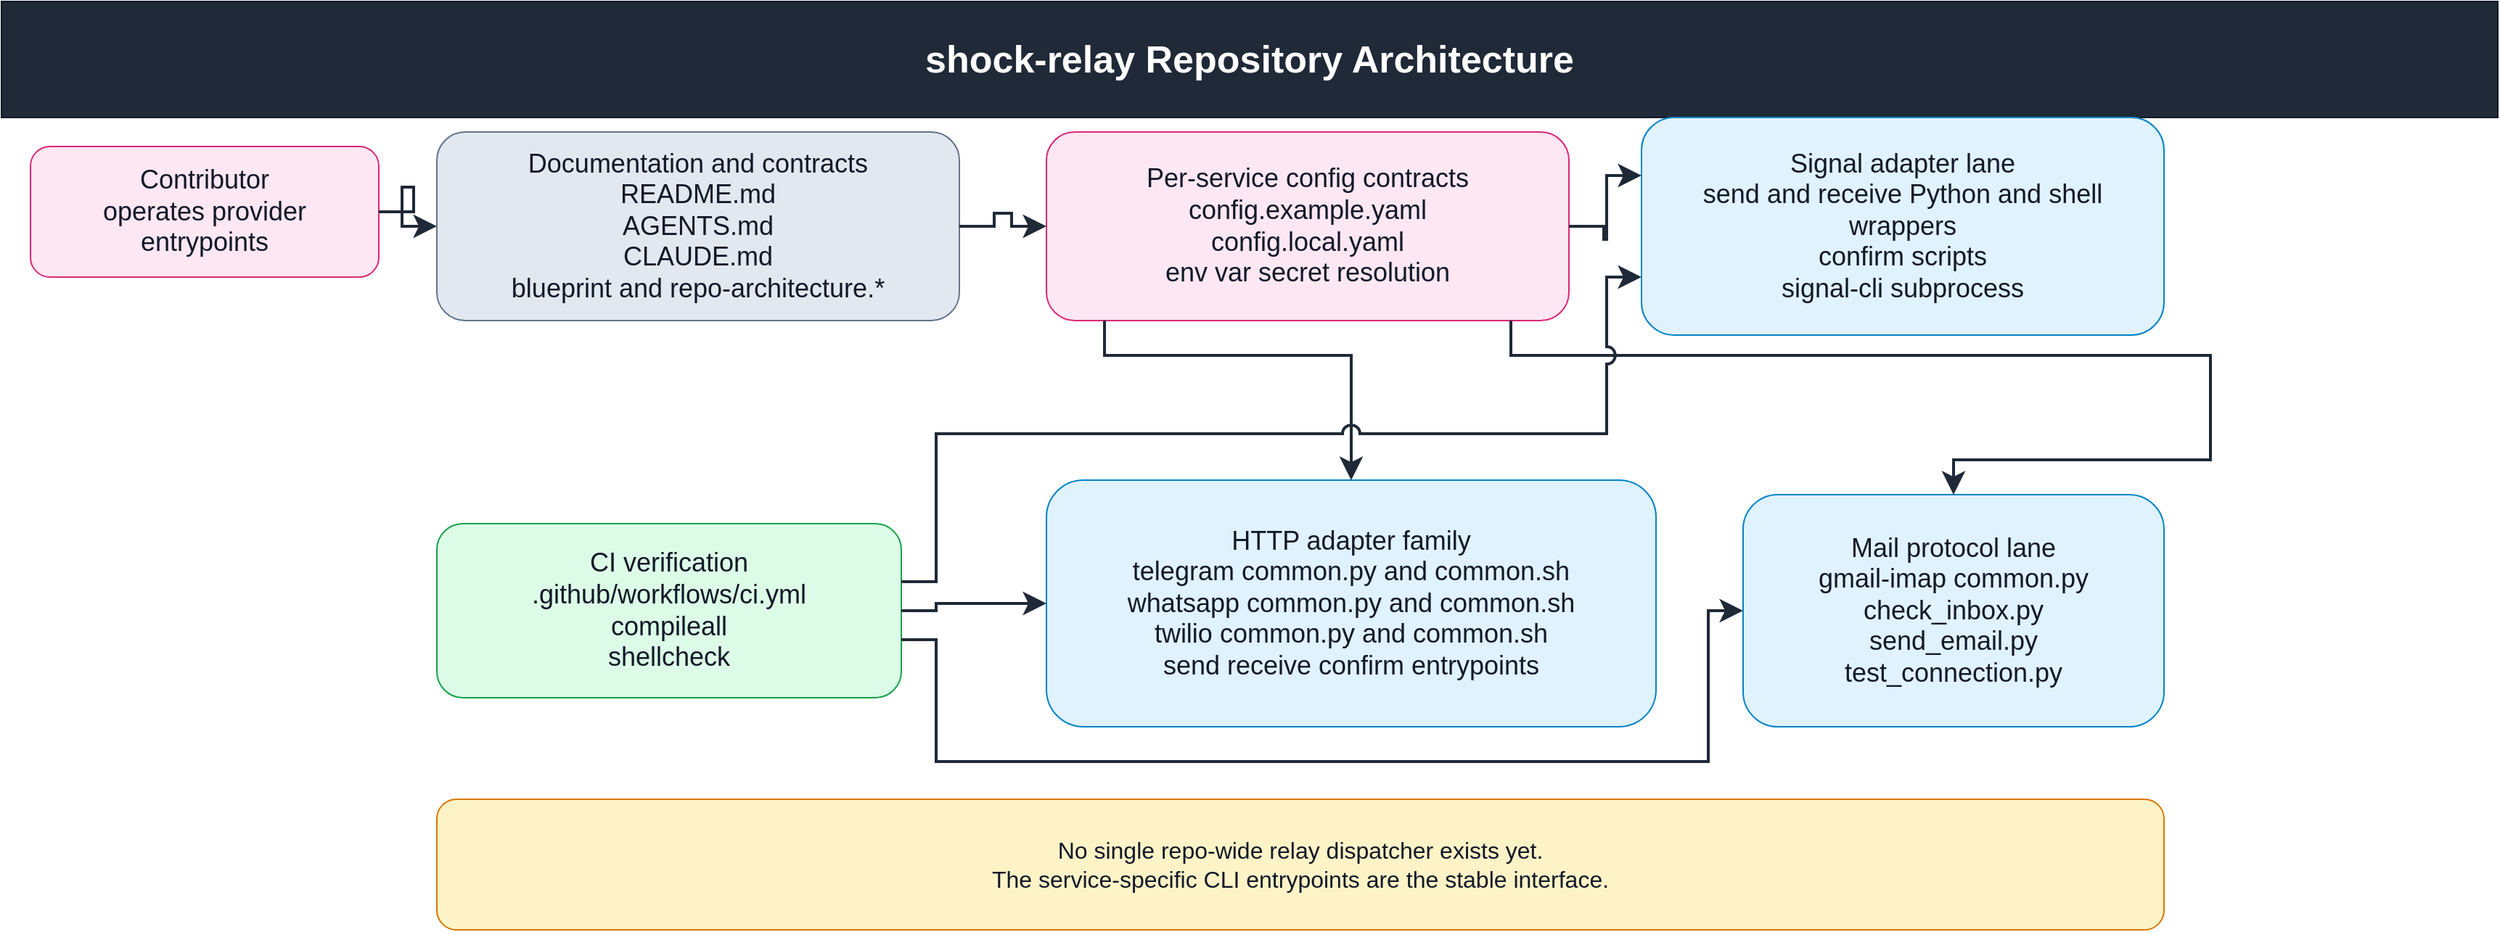
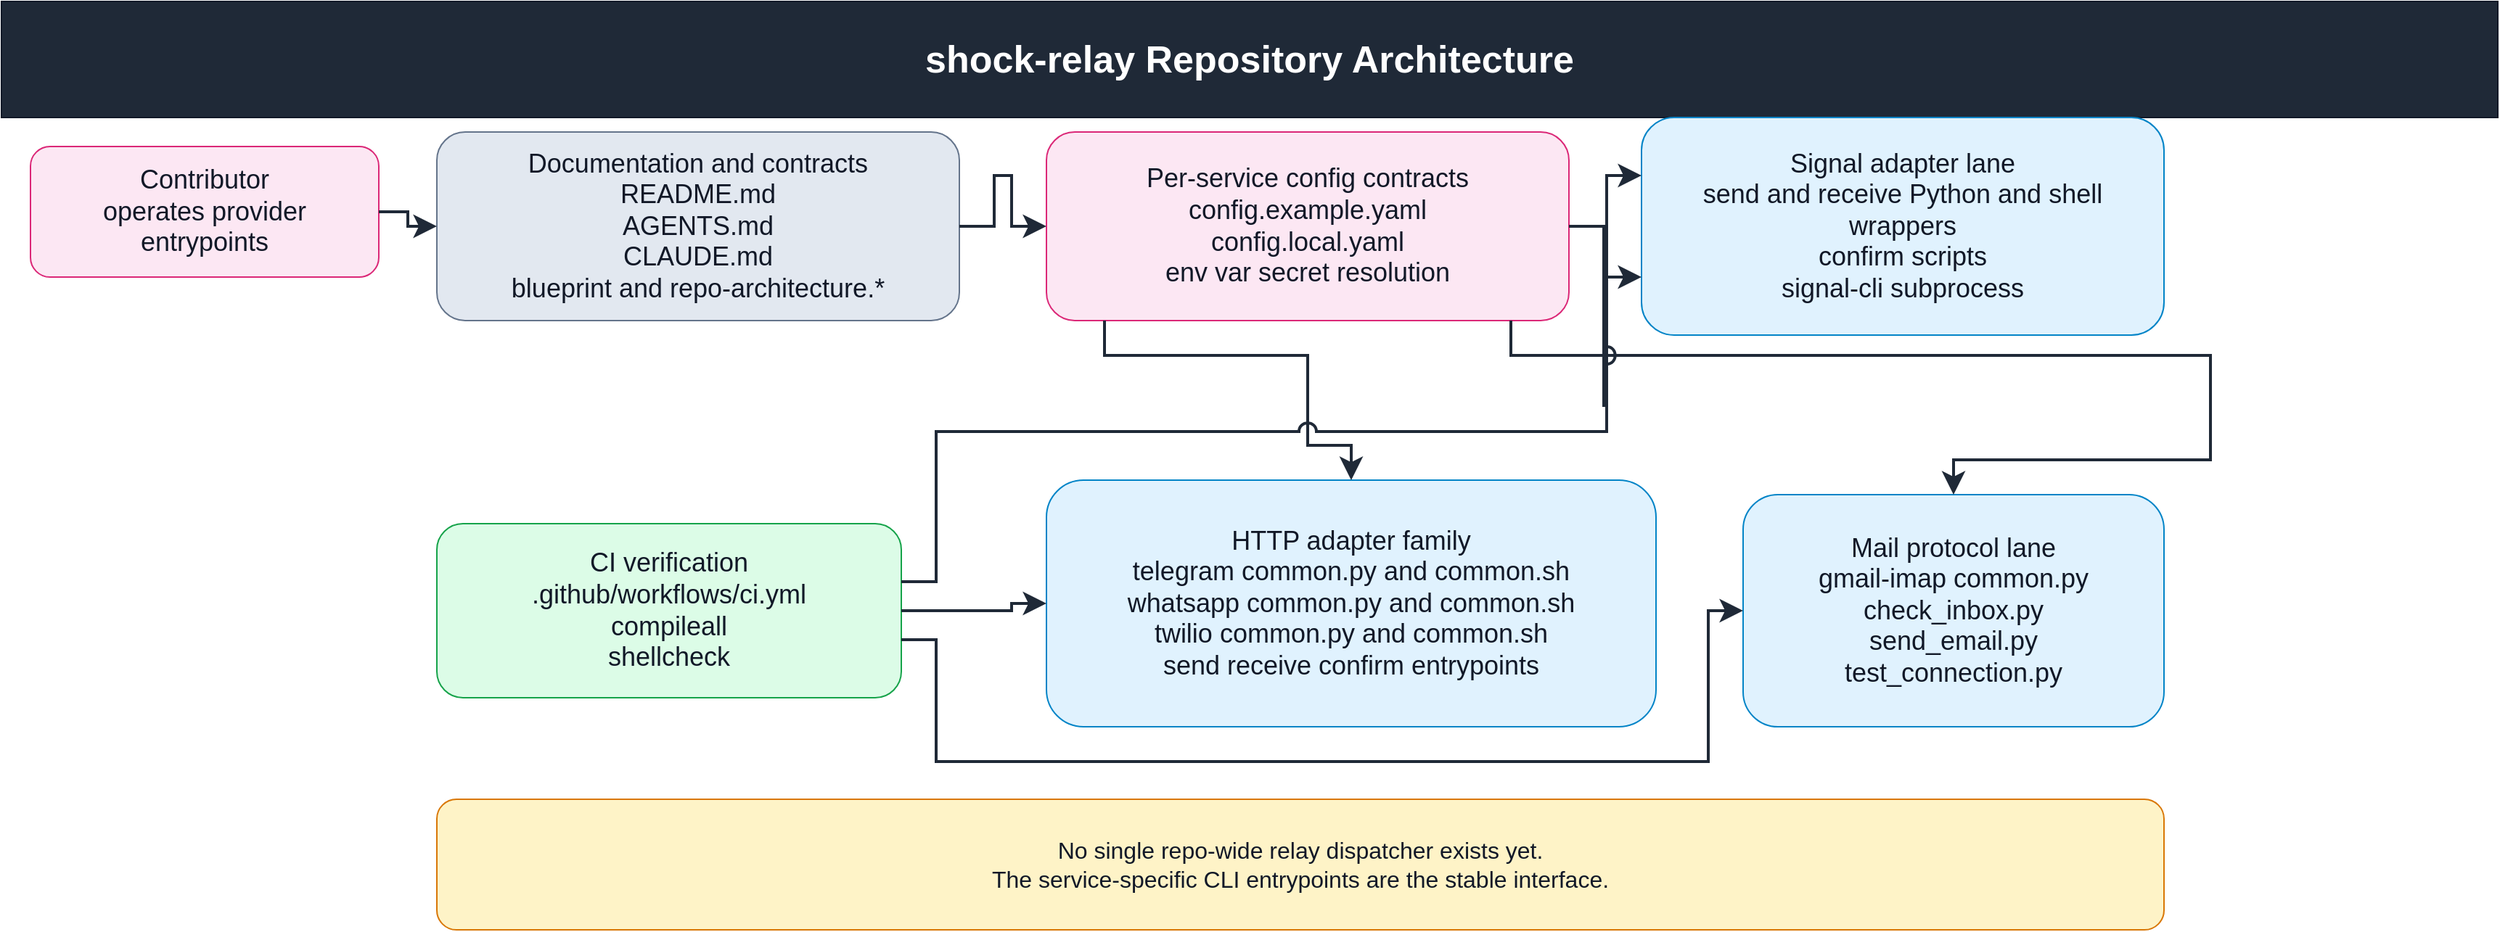
<?xml version='1.0' encoding='utf-8'?>
<mxfile host="app.diagrams.net" modified="2026-03-27T09:20:25-04:00" agent="Codex GPT-5" version="24.7.17" type="device" compressed="false">
  <diagram id="repo-architecture" name="Repo Architecture">
    <mxGraphModel dx="1800" dy="1200" grid="1" gridSize="10" guides="1" tooltips="1" connect="1" arrows="1" fold="1" page="1" pageScale="1" pageWidth="1800" pageHeight="1200" math="0" shadow="0" keepEdgesInForeground="1" keepEdgesInBackground="0">
      <root>
        <mxCell id="0" />
        <mxCell id="1" parent="0" />
        <mxCell id="2" value="shock-relay Repository Architecture" style="rounded=0;whiteSpace=wrap;html=0;fillColor=#1F2937;strokeColor=#111827;fontColor=#FFFFFF;fontSize=26;fontStyle=1;align=center;verticalAlign=middle;spacing=10;" vertex="1" parent="1">
          <mxGeometry x="40" y="20" width="1720" height="80" as="geometry" />
        </mxCell>
        <mxCell id="10" value="Contributor&#10;operates provider entrypoints" style="rounded=1;whiteSpace=wrap;html=0;fillColor=#FCE7F3;strokeColor=#DB2777;fontColor=#111827;fontSize=18;align=center;verticalAlign=middle;spacing=8;" vertex="1" parent="1">
          <mxGeometry x="60" y="120" width="240" height="90" as="geometry" />
        </mxCell>
        <mxCell id="20" value="Documentation and contracts&#10;README.md&#10;AGENTS.md&#10;CLAUDE.md&#10;blueprint and repo-architecture.*" style="rounded=1;whiteSpace=wrap;html=0;fillColor=#E2E8F0;strokeColor=#64748B;fontColor=#111827;fontSize=18;align=center;verticalAlign=middle;spacing=8;" vertex="1" parent="1">
          <mxGeometry x="340" y="110" width="360" height="130" as="geometry" />
        </mxCell>
        <mxCell id="30" value="Per-service config contracts&#10;config.example.yaml&#10;config.local.yaml&#10;env var secret resolution" style="rounded=1;whiteSpace=wrap;html=0;fillColor=#FCE7F3;strokeColor=#DB2777;fontColor=#111827;fontSize=18;align=center;verticalAlign=middle;spacing=8;" vertex="1" parent="1">
          <mxGeometry x="760" y="110" width="360" height="130" as="geometry" />
        </mxCell>
        <mxCell id="40" value="Signal adapter lane&#10;send and receive Python and shell wrappers&#10;confirm scripts&#10;signal-cli subprocess" style="rounded=1;whiteSpace=wrap;html=0;fillColor=#E0F2FE;strokeColor=#0284C7;fontColor=#111827;fontSize=18;align=center;verticalAlign=middle;spacing=8;" vertex="1" parent="1">
          <mxGeometry x="1170" y="100" width="360" height="150" as="geometry" />
        </mxCell>
        <mxCell id="50" value="HTTP adapter family&#10;telegram common.py and common.sh&#10;whatsapp common.py and common.sh&#10;twilio common.py and common.sh&#10;send receive confirm entrypoints" style="rounded=1;whiteSpace=wrap;html=0;fillColor=#E0F2FE;strokeColor=#0284C7;fontColor=#111827;fontSize=18;align=center;verticalAlign=middle;spacing=8;" vertex="1" parent="1">
          <mxGeometry x="760" y="350" width="420" height="170" as="geometry" />
        </mxCell>
        <mxCell id="60" value="Mail protocol lane&#10;gmail-imap common.py&#10;check_inbox.py&#10;send_email.py&#10;test_connection.py" style="rounded=1;whiteSpace=wrap;html=0;fillColor=#E0F2FE;strokeColor=#0284C7;fontColor=#111827;fontSize=18;align=center;verticalAlign=middle;spacing=8;" vertex="1" parent="1">
          <mxGeometry x="1240" y="360" width="290" height="160" as="geometry" />
        </mxCell>
        <mxCell id="70" value="CI verification&#10;.github/workflows/ci.yml&#10;compileall&#10;shellcheck" style="rounded=1;whiteSpace=wrap;html=0;fillColor=#DCFCE7;strokeColor=#16A34A;fontColor=#111827;fontSize=18;align=center;verticalAlign=middle;spacing=8;" vertex="1" parent="1">
          <mxGeometry x="340" y="380" width="320" height="120" as="geometry" />
        </mxCell>
        <mxCell id="80" value="No single repo-wide relay dispatcher exists yet.&#10;The service-specific CLI entrypoints are the stable interface." style="rounded=1;whiteSpace=wrap;html=0;fillColor=#FEF3C7;strokeColor=#D97706;fontColor=#111827;fontSize=16;align=center;verticalAlign=middle;spacing=8;" vertex="1" parent="1">
          <mxGeometry x="340" y="570" width="1190" height="90" as="geometry" />
        </mxCell>
        <mxCell id="500" style="rounded=0;html=0;strokeColor=#1F2937;edgeStyle=orthogonalEdgeStyle;orthogonalLoop=1;jettySize=12;endArrow=classic;endFill=1;endSize=10;strokeWidth=2;jumpStyle=arc;jumpSize=10;" edge="1" parent="1" source="10" target="20">
          <mxGeometry relative="1" as="geometry" archilityManagedRoute="1">
-             <Array as="points">
-               <mxPoint x="324" y="165" />
-               <mxPoint x="324" y="148" />
-               <mxPoint x="316" y="148" />
-               <mxPoint x="316" y="175" />
-             </Array>
+             <Array as="points" />
          </mxGeometry>
        </mxCell>
        <mxCell id="501" style="rounded=0;html=0;strokeColor=#1F2937;edgeStyle=orthogonalEdgeStyle;orthogonalLoop=1;jettySize=12;endArrow=classic;endFill=1;endSize=10;strokeWidth=2;jumpStyle=arc;jumpSize=10;" edge="1" parent="1" source="20" target="30">
          <mxGeometry relative="1" as="geometry" archilityManagedRoute="1">
            <Array as="points">
              <mxPoint x="724" y="175" />
-               <mxPoint x="724" y="166" />
-               <mxPoint x="736" y="166" />
+               <mxPoint x="724" y="140" />
+               <mxPoint x="736" y="140" />
              <mxPoint x="736" y="175" />
            </Array>
          </mxGeometry>
        </mxCell>
        <mxCell id="502" style="rounded=0;html=0;strokeColor=#1F2937;edgeStyle=orthogonalEdgeStyle;orthogonalLoop=1;jettySize=12;endArrow=classic;endFill=1;endSize=10;strokeWidth=2;jumpStyle=arc;jumpSize=10;" edge="1" parent="1" source="30" target="40">
          <mxGeometry relative="1" as="geometry" archilityManagedRoute="1">
            <Array as="points">
              <mxPoint x="1144" y="175" />
-               <mxPoint x="1144" y="184" />
-               <mxPoint x="1146" y="184" />
+               <mxPoint x="1144" y="298.5" />
+               <mxPoint x="1146" y="298.5" />
              <mxPoint x="1146" y="140" />
            </Array>
          </mxGeometry>
        </mxCell>
        <mxCell id="503" style="rounded=0;html=0;strokeColor=#1F2937;edgeStyle=orthogonalEdgeStyle;orthogonalLoop=1;jettySize=12;endArrow=classic;endFill=1;endSize=10;strokeWidth=2;jumpStyle=arc;jumpSize=10;" edge="1" parent="1" source="30" target="50">
          <mxGeometry relative="1" as="geometry" archilityManagedRoute="1">
            <Array as="points">
              <mxPoint x="800" y="264" />
-               <mxPoint x="970" y="264" />
+               <mxPoint x="940" y="264" />
+               <mxPoint x="940" y="326" />
              <mxPoint x="970" y="326" />
            </Array>
          </mxGeometry>
        </mxCell>
        <mxCell id="504" style="rounded=0;html=0;strokeColor=#1F2937;edgeStyle=orthogonalEdgeStyle;orthogonalLoop=1;jettySize=12;endArrow=classic;endFill=1;endSize=10;strokeWidth=2;jumpStyle=arc;jumpSize=10;" edge="1" parent="1" source="30" target="60">
          <mxGeometry relative="1" as="geometry" archilityManagedRoute="1">
            <Array as="points">
              <mxPoint x="1080" y="264" />
              <mxPoint x="1562" y="264" />
              <mxPoint x="1562" y="336" />
              <mxPoint x="1385" y="336" />
            </Array>
          </mxGeometry>
        </mxCell>
        <mxCell id="505" style="rounded=0;html=0;strokeColor=#1F2937;edgeStyle=orthogonalEdgeStyle;orthogonalLoop=1;jettySize=12;endArrow=classic;endFill=1;endSize=10;strokeWidth=2;jumpStyle=arc;jumpSize=10;" edge="1" parent="1" source="70" target="40">
          <mxGeometry relative="1" as="geometry" archilityManagedRoute="1">
            <Array as="points">
              <mxPoint x="684" y="420" />
-               <mxPoint x="684" y="318" />
-               <mxPoint x="1146" y="318" />
+               <mxPoint x="684" y="316.5" />
+               <mxPoint x="1146" y="316.5" />
              <mxPoint x="1146" y="210" />
            </Array>
          </mxGeometry>
        </mxCell>
        <mxCell id="506" style="rounded=0;html=0;strokeColor=#1F2937;edgeStyle=orthogonalEdgeStyle;orthogonalLoop=1;jettySize=12;endArrow=classic;endFill=1;endSize=10;strokeWidth=2;jumpStyle=arc;jumpSize=10;" edge="1" parent="1" source="70" target="50">
          <mxGeometry relative="1" as="geometry" archilityManagedRoute="1">
            <Array as="points">
              <mxPoint x="684" y="440" />
-               <mxPoint x="684" y="435" />
+               <mxPoint x="736" y="440" />
              <mxPoint x="736" y="435" />
            </Array>
          </mxGeometry>
        </mxCell>
        <mxCell id="507" style="rounded=0;html=0;strokeColor=#1F2937;edgeStyle=orthogonalEdgeStyle;orthogonalLoop=1;jettySize=12;endArrow=classic;endFill=1;endSize=10;strokeWidth=2;jumpStyle=arc;jumpSize=10;" edge="1" parent="1" source="70" target="60">
          <mxGeometry relative="1" as="geometry" archilityManagedRoute="1">
            <Array as="points">
              <mxPoint x="684" y="460" />
              <mxPoint x="684" y="544" />
              <mxPoint x="1216" y="544" />
              <mxPoint x="1216" y="440" />
            </Array>
          </mxGeometry>
        </mxCell>
      </root>
    </mxGraphModel>
  </diagram>
</mxfile>
